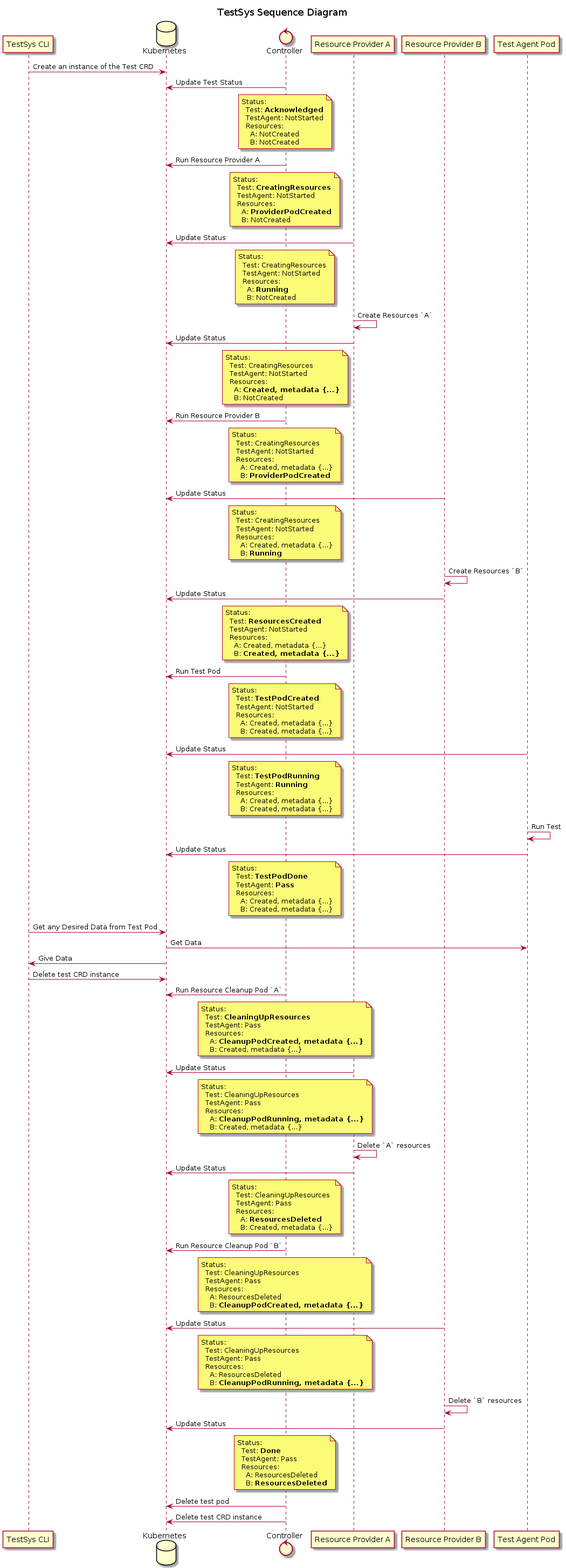
Above: design/sequence-diagram.png in bottlerocket-os/bottlerocket-test-system (PlantUML), before the change.
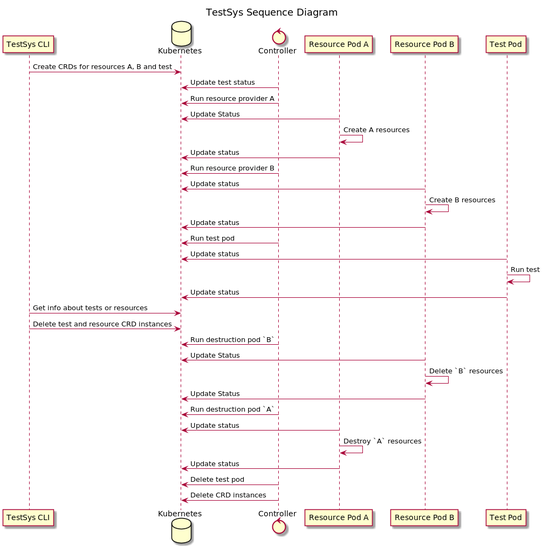
The same file after the commit.

Change to the diagram source:
```diff
@@ -4,104 +4,71 @@
 participant "TestSys CLI"                  as cli
 database    "Kubernetes"                   as k8s
 control     "Controller"                   as ctl
-participant "Resource Provider A"          as raa
-participant "Resource Provider B"          as rab
-participant "Test Agent Pod"               as ta
+participant "Resource Pod A"               as raa
+participant "Resource Pod B"               as rab
+participant "Test Pod"                     as ta
 
-cli -> k8s: Create an instance of the Test CRD
+cli -> k8s: Create CRDs for resources A, B and test
 
 
-ctl -> k8s: Update Test Status
-
-note over ctl:Status:\n  Test: **Acknowledged**\n  TestAgent: NotStarted\n  Resources:\n    A: NotCreated\n    B: NotCreated
+ctl -> k8s: Update test status
 
 
-ctl -> k8s: Run Resource Provider A
-
-note over ctl:Status:\n  Test: **CreatingResources**\n  TestAgent: NotStarted\n  Resources:\n    A: **ProviderPodCreated**\n    B: NotCreated
+ctl -> k8s: Run resource provider A
 
 
 raa -> k8s: Update Status
 
-note over ctl:Status:\n  Test: CreatingResources\n  TestAgent: NotStarted\n  Resources:\n    A: **Running**\n    B: NotCreated
-
-raa -> raa: Create Resources `A`
+raa -> raa: Create A resources
 
 
-raa -> k8s: Update Status
-
-note over ctl:Status:\n  Test: CreatingResources\n  TestAgent: NotStarted\n  Resources:\n    A: **Created, metadata {...}**\n    B: NotCreated
+raa -> k8s: Update status
 
 
-ctl -> k8s: Run Resource Provider B
-
-note over ctl:Status:\n  Test: CreatingResources\n  TestAgent: NotStarted\n  Resources:\n    A: Created, metadata {...}\n    B: **ProviderPodCreated**
+ctl -> k8s: Run resource provider B
 
 
-rab -> k8s: Update Status
+rab -> k8s: Update status
 
-note over ctl:Status:\n  Test: CreatingResources\n  TestAgent: NotStarted\n  Resources:\n    A: Created, metadata {...}\n    B: **Running**
-
-rab -> rab: Create Resources `B`
+rab -> rab: Create B resources
 
 
-rab -> k8s: Update Status
-
-note over ctl:Status:\n  Test: **ResourcesCreated**\n  TestAgent: NotStarted\n  Resources:\n    A: Created, metadata {...}\n    B: **Created, metadata {...}**
+rab -> k8s: Update status
 
 
-ctl -> k8s: Run Test Pod
-
-note over ctl:Status:\n  Test: **TestPodCreated**\n  TestAgent: NotStarted\n  Resources:\n    A: Created, metadata {...}\n    B: Created, metadata {...}
+ctl -> k8s: Run test pod
 
 
-ta -> k8s: Update Status
+ta -> k8s: Update status
 
-note over ctl:Status:\n  Test: **TestPodRunning**\n  TestAgent: **Running**\n  Resources:\n    A: Created, metadata {...}\n    B: Created, metadata {...}
-
-ta -> ta: Run Test
+ta -> ta: Run test
 
 
-ta -> k8s: Update Status
-
-note over ctl:Status:\n  Test: **TestPodDone**\n  TestAgent: **Pass**\n  Resources:\n    A: Created, metadata {...}\n    B: Created, metadata {...}
+ta -> k8s: Update status
 
 
-cli -> k8s: Get any Desired Data from Test Pod
-k8s -> ta: Get Data
-k8s -> cli: Give Data
-cli -> k8s: Delete test CRD instance
+cli -> k8s: Get info about tests or resources
+cli -> k8s: Delete test and resource CRD instances
 
 
-ctl -> k8s: Run Resource Cleanup Pod `A`
-
-note over ctl:Status:\n  Test: **CleaningUpResources**\n  TestAgent: Pass\n  Resources:\n    A: **CleanupPodCreated, metadata {...}**\n    B: Created, metadata {...}
-
-raa -> k8s: Update Status
-
-note over ctl:Status:\n  Test: CleaningUpResources\n  TestAgent: Pass\n  Resources:\n    A: **CleanupPodRunning, metadata {...}**\n    B: Created, metadata {...}
-
-raa -> raa: Delete `A` resources
-
-raa -> k8s: Update Status
-
-note over ctl:Status:\n  Test: CleaningUpResources\n  TestAgent: Pass\n  Resources:\n    A: **ResourcesDeleted**\n    B: Created, metadata {...}
-
-
-ctl -> k8s: Run Resource Cleanup Pod `B`
-
-note over ctl:Status:\n  Test: CleaningUpResources\n  TestAgent: Pass\n  Resources:\n    A: ResourcesDeleted\n    B: **CleanupPodCreated, metadata {...}**
+ctl -> k8s: Run destruction pod `B`
 
 rab -> k8s: Update Status
-
-note over ctl:Status:\n  Test: CleaningUpResources\n  TestAgent: Pass\n  Resources:\n    A: ResourcesDeleted\n    B: **CleanupPodRunning, metadata {...}**
 
 rab -> rab: Delete `B` resources
 
 rab -> k8s: Update Status
 
-note over ctl:Status:\n  Test: **Done**\n  TestAgent: Pass\n  Resources:\n    A: ResourcesDeleted\n    B: **ResourcesDeleted**
+
+ctl -> k8s: Run destruction pod `A`
+
+raa -> k8s: Update status
+
+raa -> raa: Destroy `A` resources
+
+raa -> k8s: Update status
 
 ctl -> k8s: Delete test pod
-ctl -> k8s: Delete test CRD instance
+ctl -> k8s: Delete CRD instances
+
 @enduml
```
